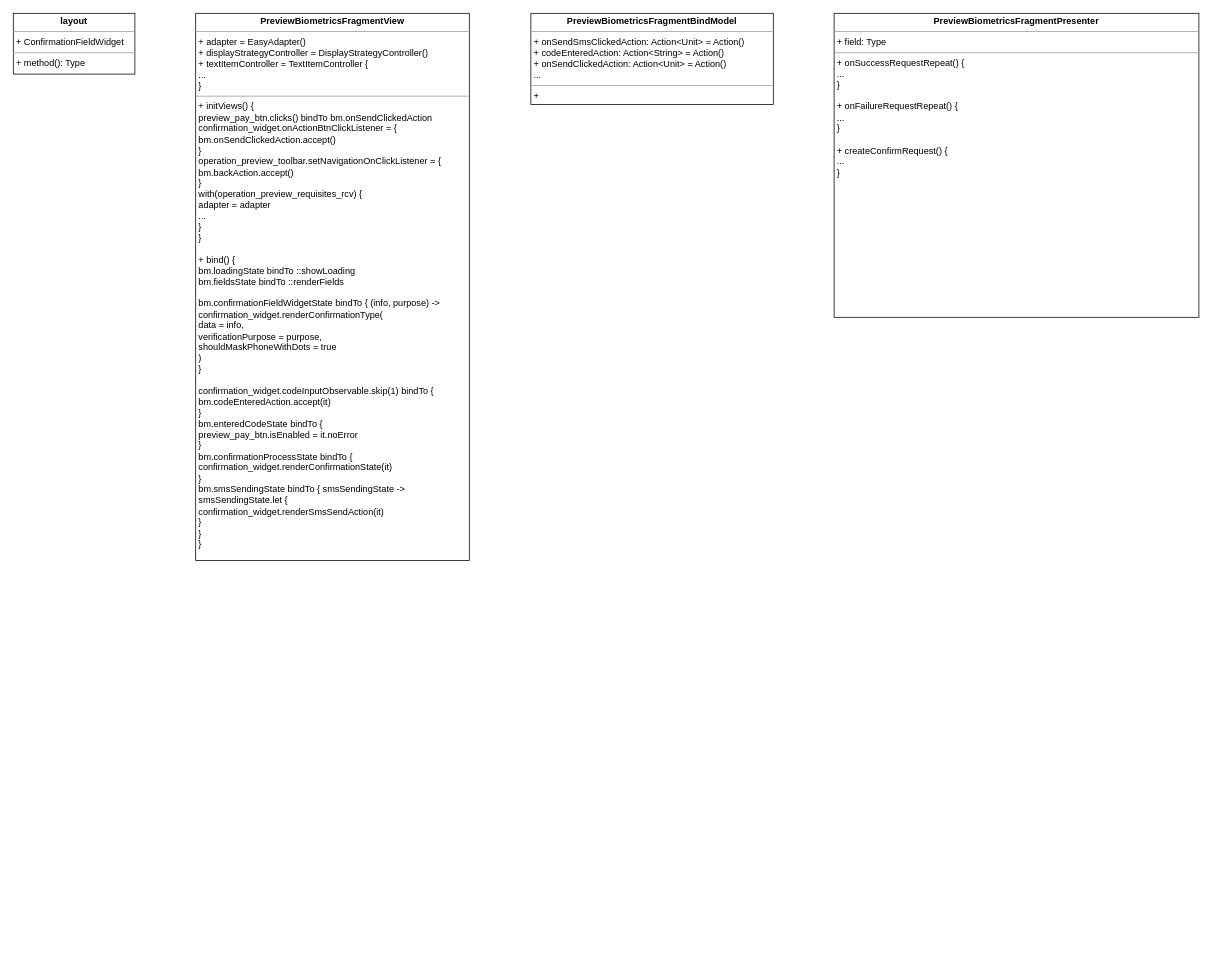
ShiryaevNikolay/diagrams keeps this draw.io diagram as UNI-15926.drawio. Above is the earlier version. Source tidied: cells renumbered, new cells numbered last; positions are measured from the earlier drawing's top-left corner, leaving out a move shared by most shapes. Both pictures are drawn from the tidied source at 76%, with x=0, y=0 at pixel (13, 13).
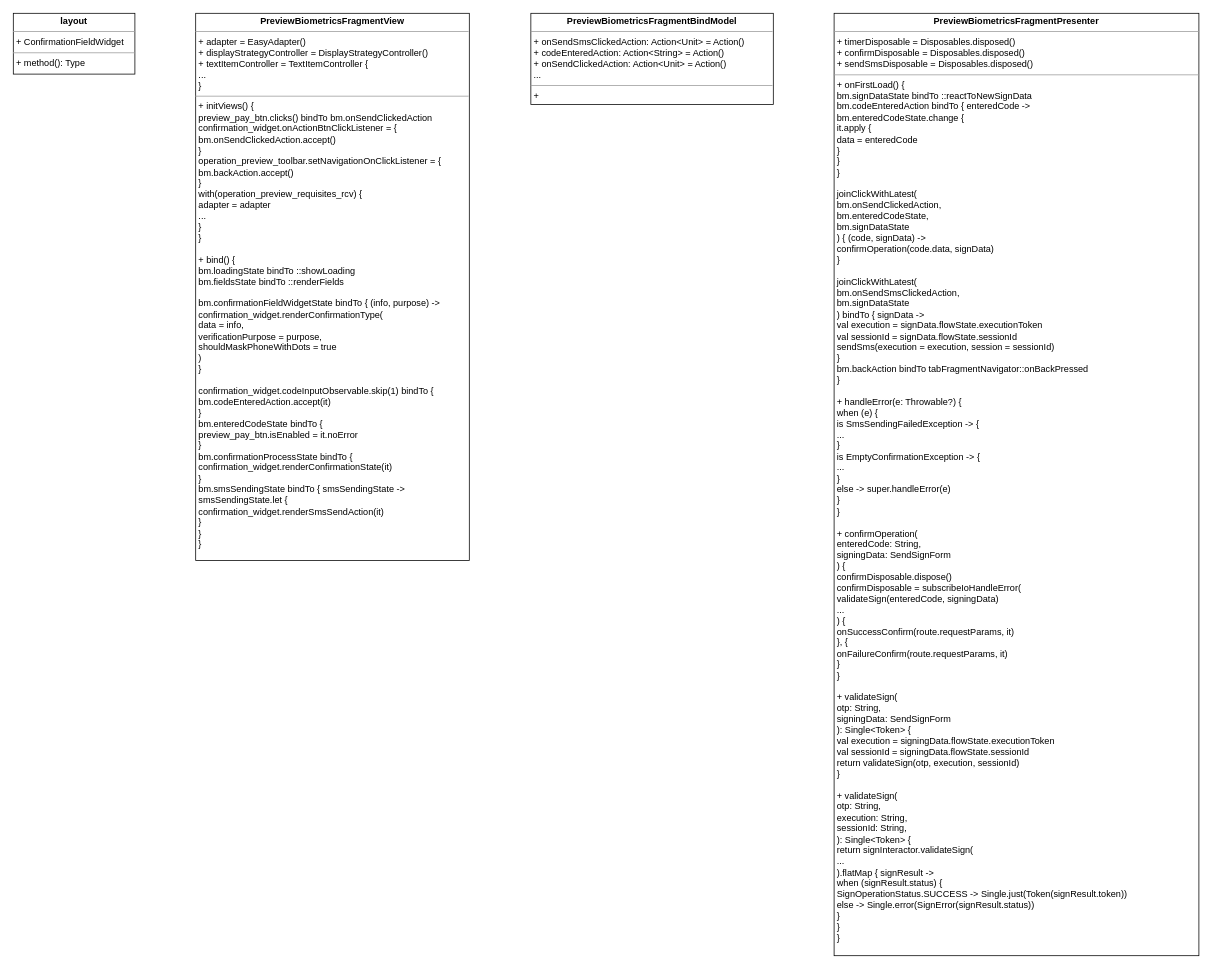
Above is the later version.

Diff of the diagram source:
```diff
@@
 <mxGraphModel>
   <root>
     <mxCell id="0" />
     <mxCell id="1" parent="0" />
     <mxCell id="2" value="&lt;p style=&quot;margin: 0px ; margin-top: 4px ; text-align: center&quot;&gt;&lt;b&gt;PreviewBiometricsFragmentView&lt;br&gt;&lt;/b&gt;&lt;/p&gt;&lt;hr size=&quot;1&quot;&gt;&lt;p style=&quot;margin: 0px ; margin-left: 4px&quot;&gt;+ adapter = EasyAdapter()&lt;/p&gt;&lt;p style=&quot;margin: 0px ; margin-left: 4px&quot;&gt;+ displayStrategyController = DisplayStrategyController()&lt;/p&gt;&lt;p style=&quot;margin: 0px ; margin-left: 4px&quot;&gt;+ textItemController = TextItemController {&lt;/p&gt;&lt;p style=&quot;margin: 0px ; margin-left: 4px&quot;&gt;...&lt;br&gt;&lt;/p&gt;&lt;p style=&quot;margin: 0px ; margin-left: 4px&quot;&gt;}&lt;br&gt;&lt;/p&gt;&lt;hr size=&quot;1&quot;&gt;&lt;p style=&quot;margin: 0px ; margin-left: 4px&quot;&gt;+ initViews() {&lt;/p&gt;&lt;p style=&quot;margin: 0px ; margin-left: 4px&quot;&gt;preview_pay_btn.clicks() bindTo bm.onSendClickedAction&lt;/p&gt;&lt;p style=&quot;margin: 0px ; margin-left: 4px&quot;&gt;confirmation_widget.onActionBtnClickListener = {&lt;/p&gt;&lt;p style=&quot;margin: 0px ; margin-left: 4px&quot;&gt;bm.onSendClickedAction.accept()&lt;br&gt;&lt;/p&gt;&lt;p style=&quot;margin: 0px ; margin-left: 4px&quot;&gt;}&lt;/p&gt;&lt;p style=&quot;margin: 0px ; margin-left: 4px&quot;&gt;operation_preview_toolbar.setNavigationOnClickListener = {&lt;/p&gt;&lt;p style=&quot;margin: 0px ; margin-left: 4px&quot;&gt;bm.backAction.accept()&lt;br&gt;&lt;/p&gt;&lt;p style=&quot;margin: 0px ; margin-left: 4px&quot;&gt;}&lt;/p&gt;&lt;p style=&quot;margin: 0px ; margin-left: 4px&quot;&gt;with(operation_preview_requisites_rcv) {&lt;/p&gt;&lt;p style=&quot;margin: 0px ; margin-left: 4px&quot;&gt;adapter = adapter&lt;/p&gt;&lt;p style=&quot;margin: 0px ; margin-left: 4px&quot;&gt;...&lt;br&gt;&lt;/p&gt;&lt;p style=&quot;margin: 0px ; margin-left: 4px&quot;&gt;}&lt;br&gt;&lt;/p&gt;&lt;p style=&quot;margin: 0px ; margin-left: 4px&quot;&gt;}&lt;/p&gt;&lt;p style=&quot;margin: 0px ; margin-left: 4px&quot;&gt;&lt;br&gt;&lt;/p&gt;&lt;p style=&quot;margin: 0px ; margin-left: 4px&quot;&gt;+ bind() {&lt;/p&gt;&lt;p style=&quot;margin: 0px ; margin-left: 4px&quot;&gt;bm.loadingState bindTo ::showLoading&lt;/p&gt;&lt;p style=&quot;margin: 0px ; margin-left: 4px&quot;&gt;bm.fieldsState bindTo ::renderFields&lt;/p&gt;&lt;p style=&quot;margin: 0px ; margin-left: 4px&quot;&gt;&lt;br&gt;&lt;/p&gt;&lt;p style=&quot;margin: 0px ; margin-left: 4px&quot;&gt;bm.confirmationFieldWidgetState bindTo { (info, purpose) -&amp;gt;&lt;/p&gt;&lt;p style=&quot;margin: 0px ; margin-left: 4px&quot;&gt;confirmation_widget.renderConfirmationType(&lt;/p&gt;&lt;p style=&quot;margin: 0px ; margin-left: 4px&quot;&gt;data = info,&lt;/p&gt;&lt;p style=&quot;margin: 0px ; margin-left: 4px&quot;&gt;verificationPurpose = purpose,&lt;/p&gt;&lt;p style=&quot;margin: 0px ; margin-left: 4px&quot;&gt;shouldMaskPhoneWithDots = true&lt;br&gt;&lt;/p&gt;&lt;p style=&quot;margin: 0px ; margin-left: 4px&quot;&gt;)&lt;br&gt;&lt;/p&gt;&lt;p style=&quot;margin: 0px ; margin-left: 4px&quot;&gt;}&lt;/p&gt;&lt;p style=&quot;margin: 0px ; margin-left: 4px&quot;&gt;&lt;br&gt;&lt;/p&gt;&lt;p style=&quot;margin: 0px ; margin-left: 4px&quot;&gt;confirmation_widget.codeInputObservable.skip(1) bindTo {&lt;/p&gt;&lt;p style=&quot;margin: 0px ; margin-left: 4px&quot;&gt;bm.codeEnteredAction.accept(it)&lt;br&gt;&lt;/p&gt;&lt;p style=&quot;margin: 0px ; margin-left: 4px&quot;&gt;}&lt;/p&gt;&lt;p style=&quot;margin: 0px ; margin-left: 4px&quot;&gt;bm.enteredCodeState bindTo {&lt;/p&gt;&lt;p style=&quot;margin: 0px ; margin-left: 4px&quot;&gt;preview_pay_btn.isEnabled = it.noError&lt;br&gt;&lt;/p&gt;&lt;p style=&quot;margin: 0px ; margin-left: 4px&quot;&gt;}&lt;/p&gt;&lt;p style=&quot;margin: 0px ; margin-left: 4px&quot;&gt;bm.confirmationProcessState bindTo {&lt;/p&gt;&lt;p style=&quot;margin: 0px ; margin-left: 4px&quot;&gt;confirmation_widget.renderConfirmationState(it)&lt;br&gt;&lt;/p&gt;&lt;p style=&quot;margin: 0px ; margin-left: 4px&quot;&gt;}&lt;/p&gt;&lt;p style=&quot;margin: 0px ; margin-left: 4px&quot;&gt;bm.smsSendingState bindTo { smsSendingState -&amp;gt;&lt;/p&gt;&lt;p style=&quot;margin: 0px ; margin-left: 4px&quot;&gt;smsSendingState.let {&lt;/p&gt;&lt;p style=&quot;margin: 0px ; margin-left: 4px&quot;&gt;confirmation_widget.renderSmsSendAction(it)&lt;br&gt;&lt;/p&gt;&lt;p style=&quot;margin: 0px ; margin-left: 4px&quot;&gt;}&lt;br&gt;&lt;/p&gt;&lt;p style=&quot;margin: 0px ; margin-left: 4px&quot;&gt;}&lt;br&gt;&lt;/p&gt;&lt;p style=&quot;margin: 0px ; margin-left: 4px&quot;&gt;}&lt;br&gt;&lt;/p&gt;" style="verticalAlign=top;align=left;overflow=fill;fontSize=12;fontFamily=Helvetica;html=1;" parent="1" vertex="1">
       <mxGeometry x="240" width="360" height="720" as="geometry" />
     </mxCell>
-    <mxCell id="3" value="&lt;p style=&quot;margin: 0px ; margin-top: 4px ; text-align: center&quot;&gt;&lt;b&gt;PreviewBiometricsFragmentPresenter&lt;br&gt;&lt;/b&gt;&lt;/p&gt;&lt;hr size=&quot;1&quot;&gt;&lt;p style=&quot;margin: 0px ; margin-left: 4px&quot;&gt;+ field: Type&lt;/p&gt;&lt;hr size=&quot;1&quot;&gt;&lt;p style=&quot;margin: 0px ; margin-left: 4px&quot;&gt;+ onSuccessRequestRepeat() {&lt;/p&gt;&lt;p style=&quot;margin: 0px ; margin-left: 4px&quot;&gt;...&lt;br&gt;&lt;/p&gt;&lt;p style=&quot;margin: 0px ; margin-left: 4px&quot;&gt;}&lt;/p&gt;&lt;p style=&quot;margin: 0px ; margin-left: 4px&quot;&gt;&lt;br&gt;&lt;/p&gt;&lt;p style=&quot;margin: 0px ; margin-left: 4px&quot;&gt;+ onFailureRequestRepeat() {&lt;/p&gt;&lt;p style=&quot;margin: 0px ; margin-left: 4px&quot;&gt;...&lt;br&gt;&lt;/p&gt;&lt;p style=&quot;margin: 0px ; margin-left: 4px&quot;&gt;}&lt;/p&gt;&lt;p style=&quot;margin: 0px ; margin-left: 4px&quot;&gt;&lt;br&gt;&lt;/p&gt;&lt;p style=&quot;margin: 0px ; margin-left: 4px&quot;&gt;+ createConfirmRequest() {&lt;/p&gt;&lt;p style=&quot;margin: 0px ; margin-left: 4px&quot;&gt;...&lt;br&gt;&lt;/p&gt;&lt;p style=&quot;margin: 0px ; margin-left: 4px&quot;&gt;}&lt;br&gt;&lt;/p&gt;" style="verticalAlign=top;align=left;overflow=fill;fontSize=12;fontFamily=Helvetica;html=1;" parent="1" vertex="1">
-      <mxGeometry x="1080" width="480" height="400" as="geometry" />
+    <mxCell id="3" value="&lt;p style=&quot;margin: 0px ; margin-top: 4px ; text-align: center&quot;&gt;&lt;b&gt;PreviewBiometricsFragmentPresenter&lt;br&gt;&lt;/b&gt;&lt;/p&gt;&lt;hr size=&quot;1&quot;&gt;&lt;p style=&quot;margin: 0px ; margin-left: 4px&quot;&gt;+ timerDisposable = Disposables.disposed()&lt;/p&gt;&lt;p style=&quot;margin: 0px ; margin-left: 4px&quot;&gt;+ confirmDisposable = Disposables.disposed()&lt;/p&gt;&lt;p style=&quot;margin: 0px ; margin-left: 4px&quot;&gt;+ sendSmsDisposable = Disposables.disposed()&lt;br&gt;&lt;/p&gt;&lt;hr size=&quot;1&quot;&gt;&lt;p style=&quot;margin: 0px ; margin-left: 4px&quot;&gt;+ onFirstLoad() {&lt;/p&gt;&lt;p style=&quot;margin: 0px ; margin-left: 4px&quot;&gt;bm.signDataState bindTo ::reactToNewSignData&lt;/p&gt;&lt;p style=&quot;margin: 0px ; margin-left: 4px&quot;&gt;bm.codeEnteredAction bindTo { enteredCode -&amp;gt;&lt;/p&gt;&lt;p style=&quot;margin: 0px ; margin-left: 4px&quot;&gt;bm.enteredCodeState.change {&lt;/p&gt;&lt;p style=&quot;margin: 0px ; margin-left: 4px&quot;&gt;it.apply {&lt;/p&gt;&lt;p style=&quot;margin: 0px ; margin-left: 4px&quot;&gt;data = enteredCode&lt;br&gt;&lt;/p&gt;&lt;p style=&quot;margin: 0px ; margin-left: 4px&quot;&gt;}&lt;br&gt;&lt;/p&gt;&lt;p style=&quot;margin: 0px ; margin-left: 4px&quot;&gt;}&lt;br&gt;&lt;/p&gt;&lt;p style=&quot;margin: 0px ; margin-left: 4px&quot;&gt;}&lt;/p&gt;&lt;p style=&quot;margin: 0px ; margin-left: 4px&quot;&gt;&lt;br&gt;&lt;/p&gt;&lt;p style=&quot;margin: 0px ; margin-left: 4px&quot;&gt;joinClickWithLatest(&lt;/p&gt;&lt;p style=&quot;margin: 0px ; margin-left: 4px&quot;&gt;bm.onSendClickedAction,&lt;/p&gt;&lt;p style=&quot;margin: 0px ; margin-left: 4px&quot;&gt;bm.enteredCodeState,&lt;/p&gt;&lt;p style=&quot;margin: 0px ; margin-left: 4px&quot;&gt;bm.signDataState&lt;br&gt;&lt;/p&gt;&lt;p style=&quot;margin: 0px ; margin-left: 4px&quot;&gt;) { (code, signData) -&amp;gt;&lt;br&gt;&lt;/p&gt;&lt;p style=&quot;margin: 0px ; margin-left: 4px&quot;&gt;confirmOperation(code.data, signData)&lt;br&gt;&lt;/p&gt;&lt;p style=&quot;margin: 0px ; margin-left: 4px&quot;&gt;}&lt;/p&gt;&lt;p style=&quot;margin: 0px ; margin-left: 4px&quot;&gt;&lt;br&gt;&lt;/p&gt;&lt;p style=&quot;margin: 0px ; margin-left: 4px&quot;&gt;joinClickWithLatest(&lt;/p&gt;&lt;p style=&quot;margin: 0px ; margin-left: 4px&quot;&gt;bm.onSendSmsClickedAction,&lt;/p&gt;&lt;p style=&quot;margin: 0px ; margin-left: 4px&quot;&gt;bm.signDataState&lt;br&gt;&lt;/p&gt;&lt;p style=&quot;margin: 0px ; margin-left: 4px&quot;&gt;) bindTo { signData -&amp;gt;&lt;/p&gt;&lt;p style=&quot;margin: 0px ; margin-left: 4px&quot;&gt;val execution = signData.flowState.executionToken&lt;/p&gt;&lt;p style=&quot;margin: 0px ; margin-left: 4px&quot;&gt;val sessionId = signData.flowState.sessionId&lt;/p&gt;&lt;p style=&quot;margin: 0px ; margin-left: 4px&quot;&gt;sendSms(execution = execution, session = sessionId)&lt;br&gt;&lt;/p&gt;&lt;p style=&quot;margin: 0px ; margin-left: 4px&quot;&gt;}&lt;/p&gt;&lt;p style=&quot;margin: 0px ; margin-left: 4px&quot;&gt;bm.backAction bindTo tabFragmentNavigator::onBackPressed&lt;br&gt;&lt;/p&gt;&lt;p style=&quot;margin: 0px ; margin-left: 4px&quot;&gt;}&lt;/p&gt;&lt;p style=&quot;margin: 0px ; margin-left: 4px&quot;&gt;&lt;br&gt;&lt;/p&gt;&lt;p style=&quot;margin: 0px ; margin-left: 4px&quot;&gt;+ handleError(e: Throwable?) {&lt;/p&gt;&lt;p style=&quot;margin: 0px ; margin-left: 4px&quot;&gt;when (e) {&lt;/p&gt;&lt;p style=&quot;margin: 0px ; margin-left: 4px&quot;&gt;is SmsSendingFailedException -&amp;gt; {&lt;/p&gt;&lt;p style=&quot;margin: 0px ; margin-left: 4px&quot;&gt;...&lt;br&gt;&lt;/p&gt;&lt;p style=&quot;margin: 0px ; margin-left: 4px&quot;&gt;}&lt;/p&gt;&lt;p style=&quot;margin: 0px ; margin-left: 4px&quot;&gt;is EmptyConfirmationException -&amp;gt; {&lt;/p&gt;&lt;p style=&quot;margin: 0px ; margin-left: 4px&quot;&gt;...&lt;br&gt;&lt;/p&gt;&lt;p style=&quot;margin: 0px ; margin-left: 4px&quot;&gt;}&lt;/p&gt;&lt;p style=&quot;margin: 0px ; margin-left: 4px&quot;&gt;else -&amp;gt; super.handleError(e)&lt;br&gt;&lt;/p&gt;&lt;p style=&quot;margin: 0px ; margin-left: 4px&quot;&gt;}&lt;br&gt;&lt;/p&gt;&lt;p style=&quot;margin: 0px ; margin-left: 4px&quot;&gt;}&lt;/p&gt;&lt;p style=&quot;margin: 0px ; margin-left: 4px&quot;&gt;&lt;br&gt;&lt;/p&gt;&lt;p style=&quot;margin: 0px ; margin-left: 4px&quot;&gt;+ confirmOperation(&lt;/p&gt;&lt;p style=&quot;margin: 0px ; margin-left: 4px&quot;&gt;enteredCode: String,&lt;/p&gt;&lt;p style=&quot;margin: 0px ; margin-left: 4px&quot;&gt;signingData: SendSignForm&lt;br&gt;&lt;/p&gt;&lt;p style=&quot;margin: 0px ; margin-left: 4px&quot;&gt;) {&lt;/p&gt;&lt;p style=&quot;margin: 0px ; margin-left: 4px&quot;&gt;confirmDisposable.dispose()&lt;/p&gt;&lt;p style=&quot;margin: 0px ; margin-left: 4px&quot;&gt;confirmDisposable = subscribeIoHandleError(&lt;/p&gt;&lt;p style=&quot;margin: 0px ; margin-left: 4px&quot;&gt;validateSign(enteredCode, signingData)&lt;/p&gt;&lt;p style=&quot;margin: 0px ; margin-left: 4px&quot;&gt;...&lt;br&gt;&lt;/p&gt;&lt;p style=&quot;margin: 0px ; margin-left: 4px&quot;&gt;) {&lt;/p&gt;&lt;p style=&quot;margin: 0px ; margin-left: 4px&quot;&gt;onSuccessConfirm(route.requestParams, it)&lt;br&gt;&lt;/p&gt;&lt;p style=&quot;margin: 0px ; margin-left: 4px&quot;&gt;}, {&lt;/p&gt;&lt;p style=&quot;margin: 0px ; margin-left: 4px&quot;&gt;onFailureConfirm(route.requestParams, it)&lt;br&gt;&lt;/p&gt;&lt;p style=&quot;margin: 0px ; margin-left: 4px&quot;&gt;}&lt;br&gt;&lt;/p&gt;&lt;p style=&quot;margin: 0px ; margin-left: 4px&quot;&gt;}&lt;/p&gt;&lt;p style=&quot;margin: 0px ; margin-left: 4px&quot;&gt;&lt;br&gt;&lt;/p&gt;&lt;p style=&quot;margin: 0px ; margin-left: 4px&quot;&gt;+ validateSign(&lt;/p&gt;&lt;p style=&quot;margin: 0px ; margin-left: 4px&quot;&gt;otp: String,&lt;/p&gt;&lt;p style=&quot;margin: 0px ; margin-left: 4px&quot;&gt;signingData: SendSignForm&lt;br&gt;&lt;/p&gt;&lt;p style=&quot;margin: 0px ; margin-left: 4px&quot;&gt;): Single&amp;lt;Token&amp;gt; {&lt;/p&gt;&lt;p style=&quot;margin: 0px ; margin-left: 4px&quot;&gt;val execution = signingData.flowState.executionToken&lt;/p&gt;&lt;p style=&quot;margin: 0px ; margin-left: 4px&quot;&gt;val sessionId = signingData.flowState.sessionId&lt;/p&gt;&lt;p style=&quot;margin: 0px ; margin-left: 4px&quot;&gt;return validateSign(otp, execution, sessionId)&lt;br&gt;&lt;/p&gt;&lt;p style=&quot;margin: 0px ; margin-left: 4px&quot;&gt;}&lt;/p&gt;&lt;p style=&quot;margin: 0px ; margin-left: 4px&quot;&gt;&lt;br&gt;&lt;/p&gt;&lt;p style=&quot;margin: 0px ; margin-left: 4px&quot;&gt;+ validateSign(&lt;/p&gt;&lt;p style=&quot;margin: 0px ; margin-left: 4px&quot;&gt;otp: String,&lt;/p&gt;&lt;p style=&quot;margin: 0px ; margin-left: 4px&quot;&gt;execution: String,&lt;/p&gt;&lt;p style=&quot;margin: 0px ; margin-left: 4px&quot;&gt;sessionId: String,&lt;br&gt;&lt;/p&gt;&lt;p style=&quot;margin: 0px ; margin-left: 4px&quot;&gt;): Single&amp;lt;Token&amp;gt; {&lt;/p&gt;&lt;p style=&quot;margin: 0px ; margin-left: 4px&quot;&gt;return signInteractor.validateSign(&lt;/p&gt;&lt;p style=&quot;margin: 0px ; margin-left: 4px&quot;&gt;...&lt;br&gt;&lt;/p&gt;&lt;p style=&quot;margin: 0px ; margin-left: 4px&quot;&gt;).flatMap { signResult -&amp;gt;&lt;/p&gt;&lt;p style=&quot;margin: 0px ; margin-left: 4px&quot;&gt;when (signResult.status) {&lt;/p&gt;&lt;p style=&quot;margin: 0px ; margin-left: 4px&quot;&gt;SignOperationStatus.SUCCESS -&amp;gt; Single.just(Token(signResult.token))&lt;/p&gt;&lt;p style=&quot;margin: 0px ; margin-left: 4px&quot;&gt;else -&amp;gt; Single.error(SignError(signResult.status))&lt;br&gt;&lt;/p&gt;&lt;p style=&quot;margin: 0px ; margin-left: 4px&quot;&gt;}&lt;br&gt;&lt;/p&gt;&lt;p style=&quot;margin: 0px ; margin-left: 4px&quot;&gt;}&lt;br&gt;&lt;/p&gt;&lt;p style=&quot;margin: 0px ; margin-left: 4px&quot;&gt;}&lt;br&gt;&lt;/p&gt;" style="verticalAlign=top;align=left;overflow=fill;fontSize=12;fontFamily=Helvetica;html=1;" parent="1" vertex="1">
+      <mxGeometry x="1080" width="480" height="1240" as="geometry" />
     </mxCell>
     <mxCell id="4" value="&lt;p style=&quot;margin: 0px ; margin-top: 4px ; text-align: center&quot;&gt;&lt;b&gt;layout&lt;br&gt;&lt;/b&gt;&lt;/p&gt;&lt;hr size=&quot;1&quot;&gt;&lt;p style=&quot;margin: 0px ; margin-left: 4px&quot;&gt;+ ConfirmationFieldWidget&lt;/p&gt;&lt;hr size=&quot;1&quot;&gt;&lt;p style=&quot;margin: 0px ; margin-left: 4px&quot;&gt;+ method(): Type&lt;/p&gt;" style="verticalAlign=top;align=left;overflow=fill;fontSize=12;fontFamily=Helvetica;html=1;" parent="1" vertex="1">
       <mxGeometry width="160" height="80" as="geometry" />
     </mxCell>
     <mxCell id="5" value="&lt;p style=&quot;margin: 0px ; margin-top: 4px ; text-align: center&quot;&gt;&lt;b&gt;PreviewBiometricsFragmentBindModel&lt;br&gt;&lt;/b&gt;&lt;/p&gt;&lt;hr size=&quot;1&quot;&gt;&lt;p style=&quot;margin: 0px ; margin-left: 4px&quot;&gt;+ onSendSmsClickedAction: Action&amp;lt;Unit&amp;gt; = Action()&lt;/p&gt;&lt;p style=&quot;margin: 0px ; margin-left: 4px&quot;&gt;+ codeEnteredAction: Action&amp;lt;String&amp;gt; = Action()&lt;/p&gt;&lt;p style=&quot;margin: 0px ; margin-left: 4px&quot;&gt;+ onSendClickedAction: Action&amp;lt;Unit&amp;gt; = Action()&lt;/p&gt;&lt;p style=&quot;margin: 0px ; margin-left: 4px&quot;&gt;...&lt;br&gt;&lt;/p&gt;&lt;hr size=&quot;1&quot;&gt;&lt;p style=&quot;margin: 0px ; margin-left: 4px&quot;&gt;+ &lt;br&gt;&lt;/p&gt;" style="verticalAlign=top;align=left;overflow=fill;fontSize=12;fontFamily=Helvetica;html=1;" parent="1" vertex="1">
       <mxGeometry x="681" width="319" height="120" as="geometry" />
     </mxCell>
   </root>
 </mxGraphModel>
```
